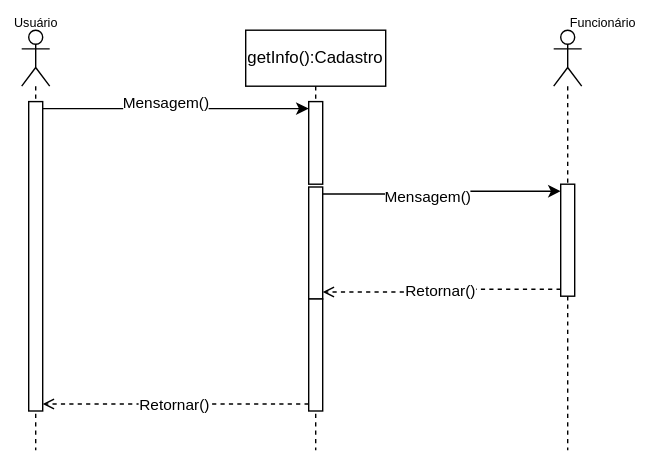
Before: Diagrama 1.drawio.svg, a diagram exported from draw.io (JesCat16/Projeto01_Modelagem_De_Software). Source tidied: cells renumbered, new cells last; positions are measured from the earlier drawing's top-left corner, leaving out a move shared by most shapes.
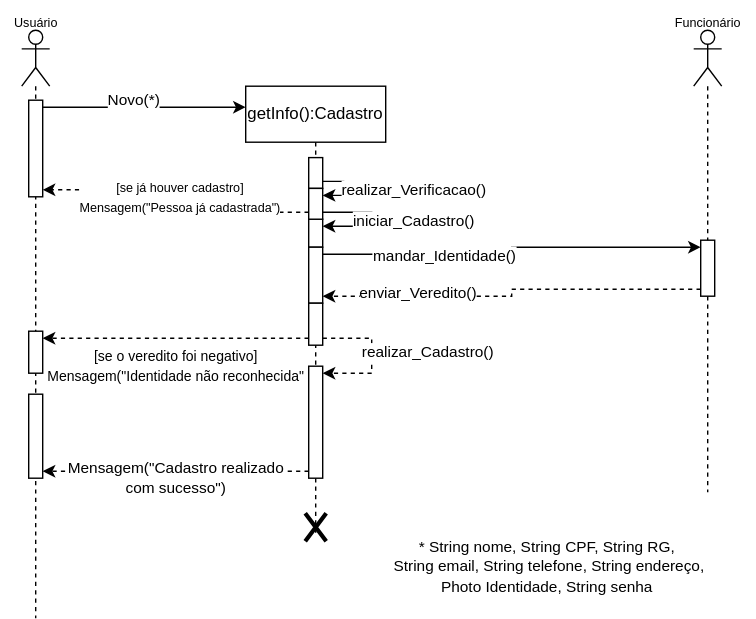
After the commit.

Change to the diagram source:
```diff
@@ -3,60 +3,140 @@
     <mxCell id="0" />
     <mxCell id="1" parent="0" />
     <mxCell id="2" style="shape=umlLifeline;perimeter=lifelinePerimeter;whiteSpace=wrap;html=1;newEdgeStyle={&quot;curved&quot;:0,&quot;rounded&quot;:0};participant=umlActor;" parent="1" vertex="1">
-      <mxGeometry x="15" y="21" width="20" height="300" as="geometry" />
+      <mxGeometry x="15" y="21" width="20" height="420" as="geometry" />
     </mxCell>
+    <mxCell id="20" style="html=1;points=[[0,0,0,0,5],[0,1,0,0,-5],[1,0,0,0,5],[1,1,0,0,-5]];perimeter=orthogonalPerimeter;outlineConnect=0;targetShapes=umlLifeline;portConstraint=eastwest;newEdgeStyle={&quot;curved&quot;:0,&quot;rounded&quot;:0};" parent="2" vertex="1">
+      <mxGeometry x="5" y="215" width="10" height="30" as="geometry" />
+    </mxCell>
+    <mxCell id="11" style="html=1;points=[[0,0,0,0,5],[0,1,0,0,-5],[1,0,0,0,5],[1,1,0,0,-5]];perimeter=orthogonalPerimeter;outlineConnect=0;targetShapes=umlLifeline;portConstraint=eastwest;newEdgeStyle={&quot;curved&quot;:0,&quot;rounded&quot;:0};" parent="2" vertex="1">
+      <mxGeometry x="5" y="50" width="10" height="69" as="geometry" />
+    </mxCell>
+    <mxCell id="21" style="html=1;points=[[0,0,0,0,5],[0,1,0,0,-5],[1,0,0,0,5],[1,1,0,0,-5]];perimeter=orthogonalPerimeter;outlineConnect=0;targetShapes=umlLifeline;portConstraint=eastwest;newEdgeStyle={&quot;curved&quot;:0,&quot;rounded&quot;:0};" parent="2" vertex="1">
+      <mxGeometry x="5" y="260" width="10" height="60" as="geometry" />
+    </mxCell>
     <mxCell id="3" value="&lt;font style=&quot;font-size: 9px;&quot;&gt;Usuário&lt;/font&gt;" style="text;html=1;align=center;verticalAlign=middle;strokeColor=none;fillColor=none;" parent="1" vertex="1">
       <mxGeometry width="50" height="30" as="geometry" />
     </mxCell>
     <mxCell id="4" style="shape=umlLifeline;perimeter=lifelinePerimeter;whiteSpace=wrap;html=1;newEdgeStyle={&quot;curved&quot;:0,&quot;rounded&quot;:0};participant=umlActor;" parent="1" vertex="1">
-      <mxGeometry x="395" y="21" width="20" height="300" as="geometry" />
+      <mxGeometry x="495" y="21" width="20" height="330" as="geometry" />
     </mxCell>
     <mxCell id="5" style="html=1;points=[[0,0,0,0,5],[0,1,0,0,-5],[1,0,0,0,5],[1,1,0,0,-5]];perimeter=orthogonalPerimeter;outlineConnect=0;targetShapes=umlLifeline;portConstraint=eastwest;newEdgeStyle={&quot;curved&quot;:0,&quot;rounded&quot;:0};" parent="4" vertex="1">
-      <mxGeometry x="5" y="110" width="10" height="80" as="geometry" />
+      <mxGeometry x="5" y="150" width="10" height="40" as="geometry" />
     </mxCell>
     <mxCell id="6" value="&lt;font style=&quot;font-size: 9px;&quot;&gt;Funcionário&lt;/font&gt;" style="text;html=1;align=center;verticalAlign=middle;strokeColor=none;fillColor=none;" parent="1" vertex="1">
-      <mxGeometry x="395" width="70" height="30" as="geometry" />
+      <mxGeometry x="470" width="70" height="30" as="geometry" />
     </mxCell>
     <mxCell id="7" value="getInfo():Cadastro" style="shape=umlLifeline;perimeter=lifelinePerimeter;whiteSpace=wrap;html=1;newEdgeStyle={&quot;curved&quot;:0,&quot;rounded&quot;:0};" parent="1" vertex="1">
-      <mxGeometry x="175" y="21" width="100" height="300" as="geometry" />
+      <mxGeometry x="175" y="61" width="100" height="320" as="geometry" />
     </mxCell>
     <mxCell id="8" style="html=1;points=[[0,0,0,0,5],[0,1,0,0,-5],[1,0,0,0,5],[1,1,0,0,-5]];perimeter=orthogonalPerimeter;outlineConnect=0;targetShapes=umlLifeline;portConstraint=eastwest;newEdgeStyle={&quot;curved&quot;:0,&quot;rounded&quot;:0};" parent="7" vertex="1">
-      <mxGeometry x="45" y="51" width="10" height="59" as="geometry" />
+      <mxGeometry x="45" y="51" width="10" height="22" as="geometry" />
     </mxCell>
     <mxCell id="9" style="html=1;points=[[0,0,0,0,5],[0,1,0,0,-5],[1,0,0,0,5],[1,1,0,0,-5]];perimeter=orthogonalPerimeter;outlineConnect=0;targetShapes=umlLifeline;portConstraint=eastwest;newEdgeStyle={&quot;curved&quot;:0,&quot;rounded&quot;:0};" parent="7" vertex="1">
-      <mxGeometry x="45" y="112" width="10" height="80" as="geometry" />
+      <mxGeometry x="45" y="95" width="10" height="20" as="geometry" />
     </mxCell>
-    <mxCell id="10" style="html=1;points=[[0,0,0,0,5],[0,1,0,0,-5],[1,0,0,0,5],[1,1,0,0,-5]];perimeter=orthogonalPerimeter;outlineConnect=0;targetShapes=umlLifeline;portConstraint=eastwest;newEdgeStyle={&quot;curved&quot;:0,&quot;rounded&quot;:0};" parent="7" vertex="1">
-      <mxGeometry x="45" y="192" width="10" height="80" as="geometry" />
-    </mxCell>
-    <mxCell id="11" style="html=1;points=[[0,0,0,0,5],[0,1,0,0,-5],[1,0,0,0,5],[1,1,0,0,-5]];perimeter=orthogonalPerimeter;outlineConnect=0;targetShapes=umlLifeline;portConstraint=eastwest;newEdgeStyle={&quot;curved&quot;:0,&quot;rounded&quot;:0};" parent="1" vertex="1">
-      <mxGeometry x="20" y="72" width="10" height="221" as="geometry" />
-    </mxCell>
-    <mxCell id="12" style="edgeStyle=orthogonalEdgeStyle;rounded=0;jettySize=auto;html=1;curved=0;exitX=1;exitY=0;exitDx=0;exitDy=5;exitPerimeter=0;entryX=0;entryY=0;entryDx=0;entryDy=5;entryPerimeter=0;" parent="1" edge="1" source="11" target="8">
-      <mxGeometry relative="1" as="geometry" />
-    </mxCell>
-    <mxCell id="13" value="Mensagem()" style="edgeLabel;html=1;align=center;verticalAlign=middle;" parent="12" vertex="1">
-      <mxGeometry x="-0.08" y="2" relative="1" as="geometry">
-        <mxPoint y="-3" as="offset" />
-      </mxGeometry>
-    </mxCell>
-    <mxCell id="14" style="edgeStyle=orthogonalEdgeStyle;rounded=0;jettySize=auto;html=1;curved=0;exitX=1;exitY=0;exitDx=0;exitDy=5;exitPerimeter=0;entryX=0;entryY=0;entryDx=0;entryDy=5;entryPerimeter=0;" parent="1" edge="1" source="9" target="5">
-      <mxGeometry relative="1" as="geometry" />
-    </mxCell>
-    <mxCell id="15" value="Mensagem()" style="edgeLabel;html=1;align=center;verticalAlign=middle;" parent="14" vertex="1">
-      <mxGeometry x="-0.14" y="-1" relative="1" as="geometry" />
-    </mxCell>
-    <mxCell id="16" style="edgeStyle=orthogonalEdgeStyle;rounded=0;jettySize=auto;html=1;curved=0;exitX=0;exitY=1;exitDx=0;exitDy=-5;exitPerimeter=0;entryX=1;entryY=1;entryDx=0;entryDy=-5;entryPerimeter=0;dashed=1;endArrow=open;endFill=0;" parent="1" edge="1" source="5" target="9">
-      <mxGeometry relative="1" as="geometry" />
-    </mxCell>
-    <mxCell id="17" value="Retornar()" style="edgeLabel;html=1;align=center;verticalAlign=middle;" parent="16" vertex="1">
-      <mxGeometry x="-0.02" y="-2" relative="1" as="geometry" />
-    </mxCell>
-    <mxCell id="18" style="edgeStyle=orthogonalEdgeStyle;rounded=0;jettySize=auto;html=1;curved=0;exitX=0;exitY=1;exitDx=0;exitDy=-5;exitPerimeter=0;entryX=1;entryY=1;entryDx=0;entryDy=-5;entryPerimeter=0;dashed=1;endArrow=open;endFill=0;" parent="1" edge="1" source="10" target="11">
-      <mxGeometry relative="1" as="geometry" />
-    </mxCell>
-    <mxCell id="19" value="Retornar()" style="edgeLabel;html=1;align=center;verticalAlign=middle;" parent="18" vertex="1">
-      <mxGeometry x="0.02" relative="1" as="geometry" />
-    </mxCell>
+    <mxCell id="22" style="html=1;points=[[0,0,0,0,5],[0,1,0,0,-5],[1,0,0,0,5],[1,1,0,0,-5]];perimeter=orthogonalPerimeter;outlineConnect=0;targetShapes=umlLifeline;portConstraint=eastwest;newEdgeStyle={&quot;curved&quot;:0,&quot;rounded&quot;:0};" parent="7" vertex="1">
+      <mxGeometry x="45" y="115" width="10" height="40" as="geometry" />
+    </mxCell>
+    <mxCell id="23" style="html=1;points=[[0,0,0,0,5],[0,1,0,0,-5],[1,0,0,0,5],[1,1,0,0,-5]];perimeter=orthogonalPerimeter;outlineConnect=0;targetShapes=umlLifeline;portConstraint=eastwest;newEdgeStyle={&quot;curved&quot;:0,&quot;rounded&quot;:0};" parent="7" vertex="1">
+      <mxGeometry x="45" y="155" width="10" height="30" as="geometry" />
+    </mxCell>
+    <mxCell id="24" style="html=1;points=[[0,0,0,0,5],[0,1,0,0,-5],[1,0,0,0,5],[1,1,0,0,-5]];perimeter=orthogonalPerimeter;outlineConnect=0;targetShapes=umlLifeline;portConstraint=eastwest;newEdgeStyle={&quot;curved&quot;:0,&quot;rounded&quot;:0};direction=west;" parent="7" vertex="1">
+      <mxGeometry x="45" y="73" width="10" height="22" as="geometry" />
+    </mxCell>
+    <mxCell id="25" style="edgeStyle=orthogonalEdgeStyle;rounded=0;jettySize=auto;html=1;curved=0;exitX=1;exitY=1;exitDx=0;exitDy=-5;exitPerimeter=0;entryX=0;entryY=1;entryDx=0;entryDy=-5;entryPerimeter=0;" parent="7" edge="1" source="8" target="24">
+      <mxGeometry relative="1" as="geometry">
+        <Array as="points">
+          <mxPoint x="70" y="68" />
+          <mxPoint x="70" y="78" />
+        </Array>
+      </mxGeometry>
+    </mxCell>
+    <mxCell id="26" value="realizar_Verificacao()" style="edgeLabel;html=1;align=center;verticalAlign=middle;" parent="25" vertex="1">
+      <mxGeometry x="-0.03" y="1" relative="1" as="geometry">
+        <mxPoint x="49" y="1" as="offset" />
+      </mxGeometry>
+    </mxCell>
+    <mxCell id="27" style="edgeStyle=orthogonalEdgeStyle;rounded=0;jettySize=auto;html=1;curved=0;exitX=0;exitY=0;exitDx=0;exitDy=5;exitPerimeter=0;entryX=1;entryY=0;entryDx=0;entryDy=5;entryPerimeter=0;" parent="7" edge="1" source="24" target="9">
+      <mxGeometry relative="1" as="geometry">
+        <Array as="points">
+          <mxPoint x="90" y="90" />
+          <mxPoint x="90" y="100" />
+        </Array>
+      </mxGeometry>
+    </mxCell>
+    <mxCell id="28" value="iniciar_Cadastro()" style="edgeLabel;html=1;align=center;verticalAlign=middle;" parent="27" vertex="1">
+      <mxGeometry x="-0.02" y="1" relative="1" as="geometry">
+        <mxPoint x="29" y="1" as="offset" />
+      </mxGeometry>
+    </mxCell>
+    <mxCell id="29" style="html=1;points=[[0,0,0,0,5],[0,1,0,0,-5],[1,0,0,0,5],[1,1,0,0,-5]];perimeter=orthogonalPerimeter;outlineConnect=0;targetShapes=umlLifeline;portConstraint=eastwest;newEdgeStyle={&quot;curved&quot;:0,&quot;rounded&quot;:0};" parent="7" vertex="1">
+      <mxGeometry x="45" y="200" width="10" height="80" as="geometry" />
+    </mxCell>
+    <mxCell id="30" style="edgeStyle=orthogonalEdgeStyle;rounded=0;jettySize=auto;html=1;curved=0;exitX=1;exitY=1;exitDx=0;exitDy=-5;exitPerimeter=0;entryX=1;entryY=0;entryDx=0;entryDy=5;entryPerimeter=0;dashed=1;" parent="7" edge="1" source="23" target="29">
+      <mxGeometry relative="1" as="geometry">
+        <Array as="points">
+          <mxPoint x="90" y="180" />
+          <mxPoint x="90" y="205" />
+        </Array>
+      </mxGeometry>
+    </mxCell>
+    <mxCell id="31" value="realizar_Cadastro()" style="edgeLabel;html=1;align=center;verticalAlign=middle;" parent="30" vertex="1">
+      <mxGeometry x="0.07" y="1" relative="1" as="geometry">
+        <mxPoint x="39" y="-6" as="offset" />
+      </mxGeometry>
+    </mxCell>
+    <mxCell id="32" style="shape=umlDestroy;whiteSpace=wrap;html=1;strokeWidth=3;targetShapes=umlLifeline;" parent="7" vertex="1">
+      <mxGeometry x="42.5" y="305" width="15" height="20" as="geometry" />
+    </mxCell>
+    <mxCell id="33" style="edgeStyle=orthogonalEdgeStyle;rounded=0;jettySize=auto;html=1;curved=0;exitX=1;exitY=0;exitDx=0;exitDy=5;exitPerimeter=0;" parent="1" edge="1" source="11">
+      <mxGeometry relative="1" as="geometry">
+        <mxPoint x="175" y="76" as="targetPoint" />
+      </mxGeometry>
+    </mxCell>
+    <mxCell id="34" value="&lt;font style=&quot;font-size: 11px;&quot;&gt;Novo(*)&lt;/font&gt;" style="edgeLabel;html=1;align=center;verticalAlign=middle;fontSize=8;" parent="33" vertex="1">
+      <mxGeometry x="-0.24" y="1" relative="1" as="geometry">
+        <mxPoint x="10" y="-4" as="offset" />
+      </mxGeometry>
+    </mxCell>
+    <mxCell id="35" style="edgeStyle=orthogonalEdgeStyle;rounded=0;jettySize=auto;html=1;curved=0;exitX=1;exitY=0;exitDx=0;exitDy=5;exitPerimeter=0;entryX=1;entryY=1;entryDx=0;entryDy=-5;entryPerimeter=0;dashed=1;" parent="1" edge="1" source="24" target="11">
+      <mxGeometry relative="1" as="geometry" />
+    </mxCell>
+    <mxCell id="36" value="&lt;font style=&quot;font-size: 9px;&quot;&gt;[se já houver cadastro] &lt;br&gt;Mensagem(&quot;Pessoa já cadastrada&quot;)&lt;/font&gt;" style="edgeLabel;align=center;verticalAlign=middle;html=1;" parent="35" vertex="1">
+      <mxGeometry x="0.47" y="3" relative="1" as="geometry">
+        <mxPoint x="43" y="2" as="offset" />
+      </mxGeometry>
+    </mxCell>
+    <mxCell id="37" style="edgeStyle=orthogonalEdgeStyle;rounded=0;jettySize=auto;html=1;curved=0;exitX=1;exitY=0;exitDx=0;exitDy=5;exitPerimeter=0;entryX=0;entryY=0;entryDx=0;entryDy=5;entryPerimeter=0;" parent="1" edge="1" source="22" target="5">
+      <mxGeometry relative="1" as="geometry" />
+    </mxCell>
+    <mxCell id="38" value="mandar_Identidade()" style="edgeLabel;html=1;align=center;verticalAlign=middle;" parent="37" vertex="1">
+      <mxGeometry x="-0.37" y="-1" relative="1" as="geometry" />
+    </mxCell>
+    <mxCell id="39" style="edgeStyle=orthogonalEdgeStyle;rounded=0;jettySize=auto;html=1;curved=0;exitX=0;exitY=1;exitDx=0;exitDy=-5;exitPerimeter=0;entryX=1;entryY=1;entryDx=0;entryDy=-5;entryPerimeter=0;dashed=1;" parent="1" edge="1" source="5" target="22">
+      <mxGeometry relative="1" as="geometry" />
+    </mxCell>
+    <mxCell id="40" value="enviar_Veredito()" style="edgeLabel;html=1;align=center;verticalAlign=middle;" parent="39" vertex="1">
+      <mxGeometry x="0.51" y="-2" relative="1" as="geometry" />
+    </mxCell>
+    <mxCell id="41" style="edgeStyle=orthogonalEdgeStyle;rounded=0;jettySize=auto;html=1;curved=0;exitX=0;exitY=1;exitDx=0;exitDy=-5;exitPerimeter=0;entryX=1;entryY=0;entryDx=0;entryDy=5;entryPerimeter=0;dashed=1;" parent="1" edge="1" source="23" target="20">
+      <mxGeometry relative="1" as="geometry" />
+    </mxCell>
+    <mxCell id="42" value="&lt;font style=&quot;font-size: 10px;&quot;&gt;[se o veredito foi negativo] &lt;br&gt;Mensagem(&quot;Identidade não reconhecida&quot;&lt;/font&gt;" style="edgeLabel;html=1;align=center;verticalAlign=middle;" parent="41" vertex="1">
+      <mxGeometry x="0.35" y="1" relative="1" as="geometry">
+        <mxPoint x="33" y="19" as="offset" />
+      </mxGeometry>
+    </mxCell>
+    <mxCell id="43" style="edgeStyle=orthogonalEdgeStyle;rounded=0;jettySize=auto;html=1;curved=0;exitX=0;exitY=1;exitDx=0;exitDy=-5;exitPerimeter=0;entryX=1;entryY=1;entryDx=0;entryDy=-5;entryPerimeter=0;dashed=1;" parent="1" edge="1" source="29" target="21">
+      <mxGeometry relative="1" as="geometry" />
+    </mxCell>
+    <mxCell id="44" value="Mensagem(&quot;Cadastro realizado&lt;br&gt;com sucesso&quot;)" style="edgeLabel;html=1;align=center;verticalAlign=middle;" parent="43" vertex="1">
+      <mxGeometry x="0.2" y="1" relative="1" as="geometry">
+        <mxPoint x="19" y="4" as="offset" />
+      </mxGeometry>
+    </mxCell>
+    <mxCell id="45" value="&lt;font style=&quot;font-size: 11px;&quot;&gt;*&amp;nbsp;&lt;span style=&quot;background-color: rgb(255, 255, 255);&quot;&gt;String nome, String CPF, String RG,&lt;/span&gt;&lt;br style=&quot;background-color: rgb(255, 255, 255);&quot;&gt;&lt;span style=&quot;background-color: rgb(255, 255, 255);&quot;&gt;&amp;nbsp;String email, String telefone, String endereço,&lt;/span&gt;&lt;br style=&quot;background-color: rgb(255, 255, 255);&quot;&gt;&lt;span style=&quot;background-color: rgb(255, 255, 255);&quot;&gt;Photo Identidade, String senha&lt;/span&gt;&lt;/font&gt;" style="text;html=1;align=center;verticalAlign=middle;strokeColor=none;fillColor=none;" parent="1" vertex="1">
+      <mxGeometry x="265" y="374" width="250" height="60" as="geometry" />
+    </mxCell>
   </root>
 </mxGraphModel>
```
